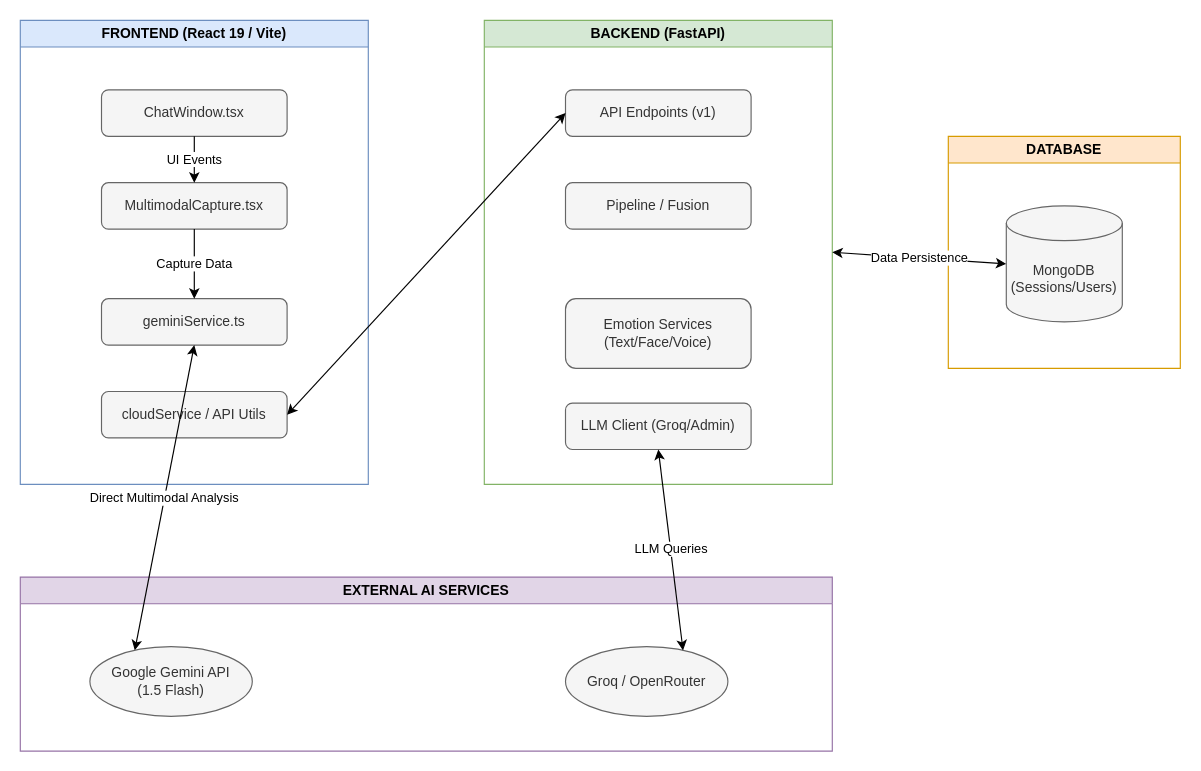
Yashgoswami2007/Md-lst keeps this draw.io diagram as architecture.drawio. Above is the earlier version. Source tidied: cells renumbered, new cells numbered last; positions are measured from the earlier drawing's top-left corner, leaving out a move shared by most shapes. Both pictures are drawn from the tidied source at 116%, with x=0, y=0 at pixel (20, 20).
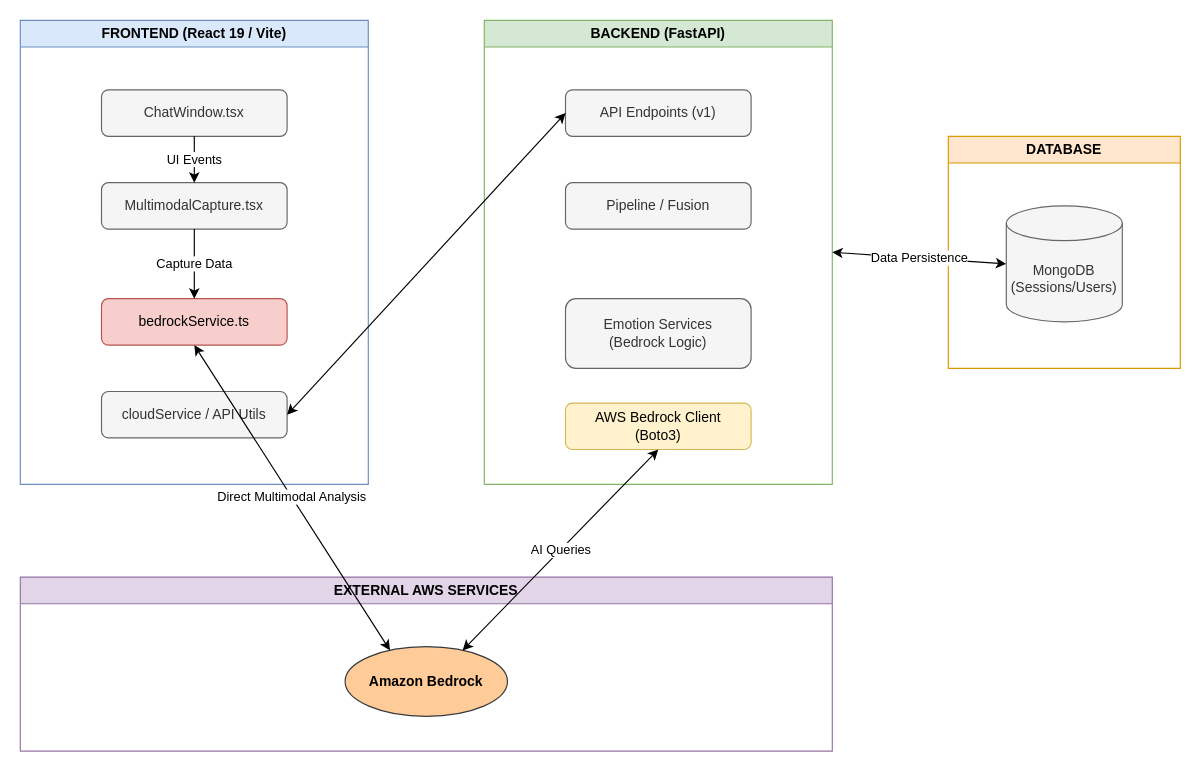
Above is the later version.

Commit message (it also covers changes not shown here):
Pivot to Amazon Bedrock for AI for Bharat Hackathon

The change refers to these unchanged cells:
```xml
<mxCell id="2" value="FRONTEND (React 19 / Vite)" style="swimlane;whiteSpace=wrap;html=1;fillColor=#dae8fc;strokeColor=#6c8ebf;fontStyle=1;" parent="1" vertex="1">
  <mxGeometry width="300" height="400" as="geometry" />
</mxCell>
<mxCell id="7" value="BACKEND (FastAPI)" style="swimlane;whiteSpace=wrap;html=1;fillColor=#d5e8d4;strokeColor=#82b366;fontStyle=1;" parent="1" vertex="1">
  <mxGeometry x="400" width="300" height="400" as="geometry" />
</mxCell>
```

The edit, as a diff of the source:
```diff
@@
-    <mxCell id="5" value="geminiService.ts" style="rounded=1;whiteSpace=wrap;html=1;fillColor=#f5f5f5;fontColor=#333333;strokeColor=#666666;" parent="2" vertex="1">
+    <mxCell id="5" value="bedrockService.ts" style="rounded=1;whiteSpace=wrap;html=1;fillColor=#f8cecc;strokeColor=#b85450;" parent="2" vertex="1">
       <mxGeometry x="70" y="240" width="160" height="40" as="geometry" />
     </mxCell>
@@
-    <mxCell id="10" value="Emotion Services&#10;(Text/Face/Voice)" style="rounded=1;whiteSpace=wrap;html=1;fillColor=#f5f5f5;fontColor=#333333;strokeColor=#666666;" parent="7" vertex="1">
+    <mxCell id="10" value="Emotion Services&#10;(Bedrock Logic)" style="rounded=1;whiteSpace=wrap;html=1;fillColor=#f5f5f5;fontColor=#333333;strokeColor=#666666;" parent="7" vertex="1">
       <mxGeometry x="70" y="240" width="160" height="60" as="geometry" />
     </mxCell>
-    <mxCell id="11" value="LLM Client (Groq/Admin)" style="rounded=1;whiteSpace=wrap;html=1;fillColor=#f5f5f5;fontColor=#333333;strokeColor=#666666;" parent="7" vertex="1">
+    <mxCell id="11" value="AWS Bedrock Client&#10;(Boto3)" style="rounded=1;whiteSpace=wrap;html=1;fillColor=#fff2cc;strokeColor=#d6b656;" parent="7" vertex="1">
       <mxGeometry x="70" y="330" width="160" height="40" as="geometry" />
     </mxCell>
@@
-    <mxCell id="14" value="EXTERNAL AI SERVICES" style="swimlane;whiteSpace=wrap;html=1;fillColor=#e1d5e7;strokeColor=#9673a6;fontStyle=1;" parent="1" vertex="1">
+    <mxCell id="14" value="EXTERNAL AWS SERVICES" style="swimlane;whiteSpace=wrap;html=1;fillColor=#e1d5e7;strokeColor=#9673a6;fontStyle=1;" parent="1" vertex="1">
       <mxGeometry y="480" width="700" height="150" as="geometry" />
     </mxCell>
-    <mxCell id="15" value="Google Gemini API&#10;(1.5 Flash)" style="ellipse;whiteSpace=wrap;html=1;fillColor=#f5f5f5;fontColor=#333333;strokeColor=#666666;" parent="14" vertex="1">
-      <mxGeometry x="60" y="60" width="140" height="60" as="geometry" />
+    <mxCell id="15" value="Amazon Bedrock" style="ellipse;whiteSpace=wrap;html=1;fillColor=#ffcc99;strokeColor=#36393d;fontStyle=1;" parent="14" vertex="1">
+      <mxGeometry x="280" y="60" width="140" height="60" as="geometry" />
     </mxCell>
-    <mxCell id="16" value="Groq / OpenRouter" style="ellipse;whiteSpace=wrap;html=1;fillColor=#f5f5f5;fontColor=#333333;strokeColor=#666666;" parent="14" vertex="1">
-      <mxGeometry x="470" y="60" width="140" height="60" as="geometry" />
-    </mxCell>
@@
-    <mxCell id="19" value="LLM Queries" style="endArrow=classic;startArrow=classic;html=1;exitX=0.5;exitY=1;exitDx=0;exitDy=0;entryX=0.75;entryY=0;entryDx=0;entryDy=0;" parent="1" edge="1" source="11" target="16">
+    <mxCell id="19" value="AI Queries" style="endArrow=classic;startArrow=classic;html=1;exitX=0.5;exitY=1;exitDx=0;exitDy=0;entryX=0.75;entryY=0;entryDx=0;entryDy=0;" parent="1" edge="1" source="11" target="15">
       <mxGeometry relative="1" as="geometry" />
     </mxCell>
```
